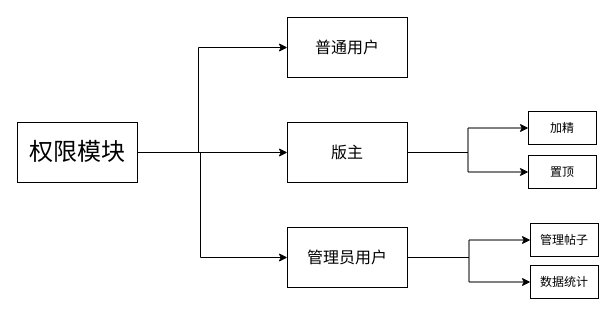
The draw.io diagram 权限管理.drawio in zjw1227/studentmanager, before the edit. Source tidied: cells renumbered, new cells numbered last; positions are measured from the earlier drawing's top-left corner, leaving out a move shared by most shapes. Both pictures are drawn from the tidied source at 100%, with x=0, y=0 at pixel (17, 17).
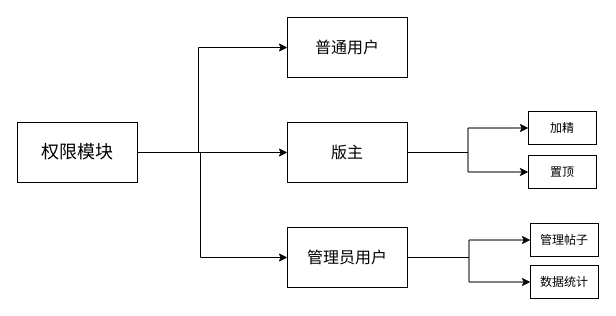
Above is the later version.

Commit message (it also covers changes not shown here):
更新权限管理.drawio

The edit, as a diff of the source:
```diff
@@
-    <mxCell id="5" value="&lt;font style=&quot;font-size: 24px;&quot;&gt;权限模块&lt;/font&gt;" style="rounded=0;whiteSpace=wrap;html=1;" parent="1" vertex="1">
+    <mxCell id="5" value="&lt;font style=&quot;font-size: 18px;&quot;&gt;权限模块&lt;/font&gt;" style="rounded=0;whiteSpace=wrap;html=1;" parent="1" vertex="1">
       <mxGeometry y="105" width="120" height="60" as="geometry" />
     </mxCell>
```
